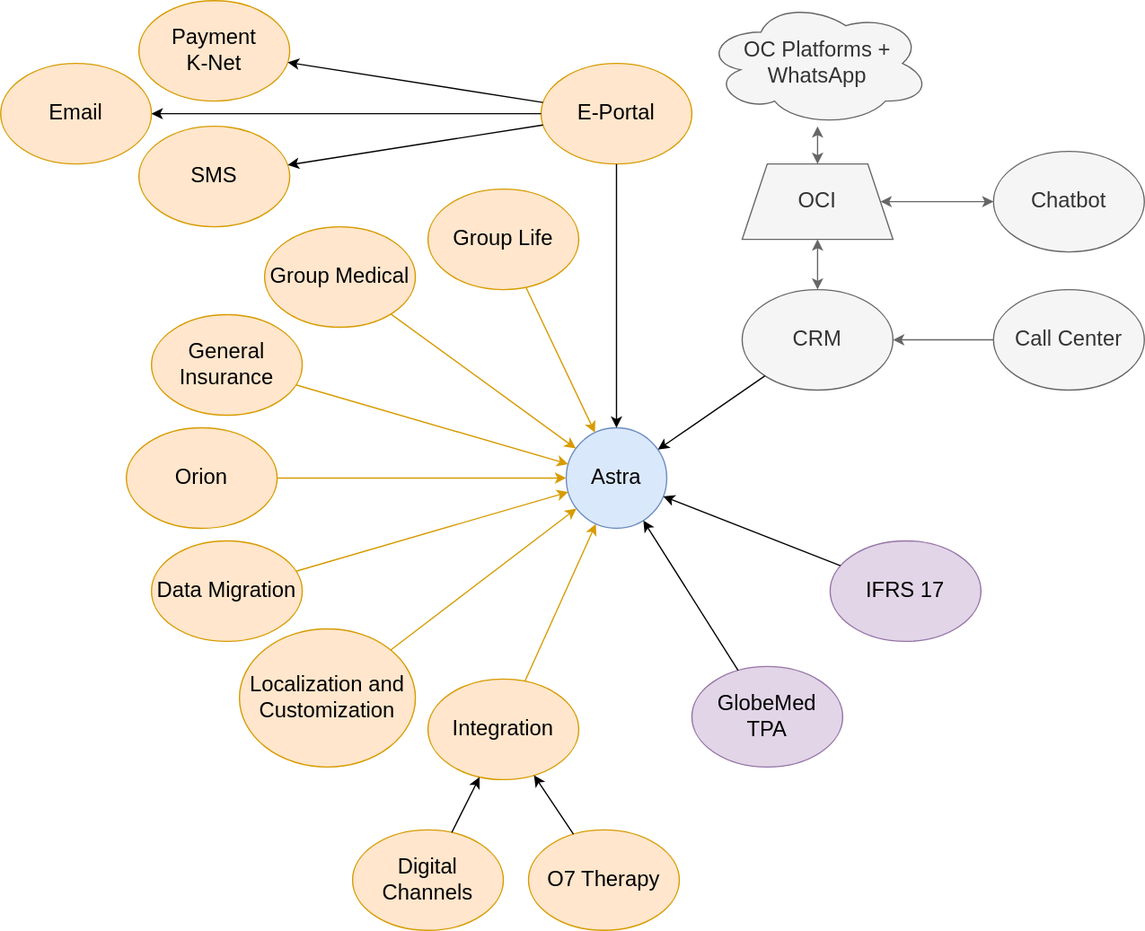
This is Astra Components(2).drawio.svg from computerchi/athome, a draw.io export, as it was before one commit. Source tidied: cells renumbered, new cells last; positions are measured from the earlier drawing's top-left corner, leaving out a move shared by most shapes.
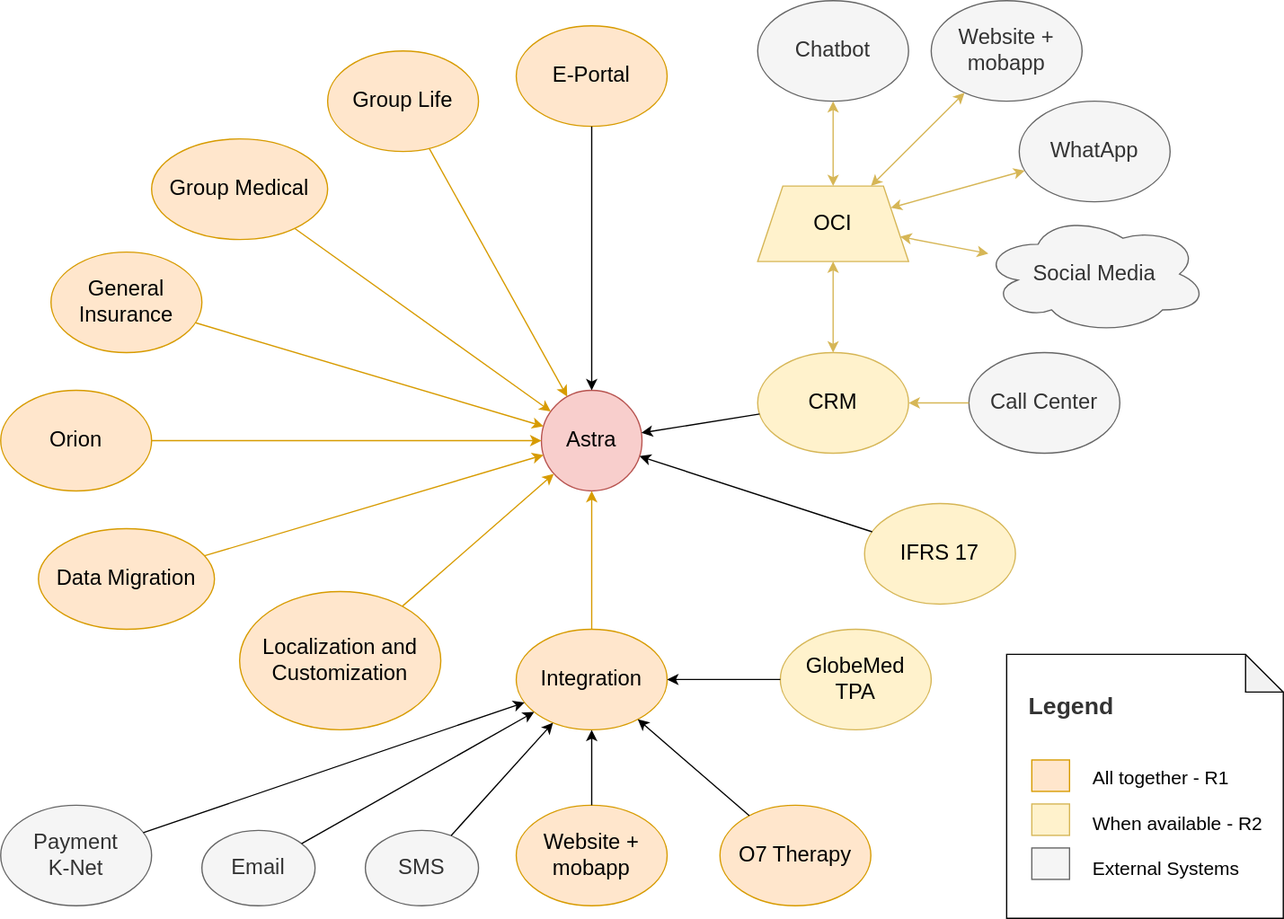
After the commit.

Commit message:
Astra Components (3).drawio.svg

The edit, as a diff of the source:
```diff
@@ -3,34 +3,34 @@
     <mxCell id="0" />
     <mxCell id="1" parent="0" />
     <mxCell id="2" value="General Insurance" style="ellipse;whiteSpace=wrap;html=1;fillColor=#ffe6cc;strokeColor=#d79b00;fontSize=17;" parent="1" vertex="1">
-      <mxGeometry x="120" y="250" width="120" height="80" as="geometry" />
+      <mxGeometry x="60" y="230" width="120" height="80" as="geometry" />
     </mxCell>
-    <mxCell id="3" value="Astra" style="ellipse;whiteSpace=wrap;html=1;fillColor=#dae8fc;strokeColor=#6c8ebf;fontSize=17;" parent="1" vertex="1">
+    <mxCell id="3" value="Astra" style="ellipse;whiteSpace=wrap;html=1;fillColor=#f8cecc;fontSize=17;strokeColor=#b85450;" parent="1" vertex="1">
       <mxGeometry x="450" y="340" width="80" height="80" as="geometry" />
     </mxCell>
     <mxCell id="4" value="Group Medical" style="ellipse;whiteSpace=wrap;html=1;fillColor=#ffe6cc;strokeColor=#d79b00;fontSize=17;" parent="1" vertex="1">
-      <mxGeometry x="210" y="180" width="120" height="80" as="geometry" />
+      <mxGeometry x="140" y="140" width="140" height="80" as="geometry" />
     </mxCell>
     <mxCell id="5" value="Group Life" style="ellipse;whiteSpace=wrap;html=1;fillColor=#ffe6cc;strokeColor=#d79b00;fontSize=17;" parent="1" vertex="1">
-      <mxGeometry x="340" y="150" width="120" height="80" as="geometry" />
+      <mxGeometry x="280" y="70" width="120" height="80" as="geometry" />
     </mxCell>
     <mxCell id="6" value="Integration" style="ellipse;whiteSpace=wrap;html=1;fillColor=#ffe6cc;strokeColor=#d79b00;fontSize=17;" parent="1" vertex="1">
-      <mxGeometry x="340" y="540" width="120" height="80" as="geometry" />
+      <mxGeometry x="430" y="530" width="120" height="80" as="geometry" />
     </mxCell>
     <mxCell id="7" value="Localization and Customization" style="ellipse;whiteSpace=wrap;html=1;fillColor=#ffe6cc;strokeColor=#d79b00;fontSize=17;" parent="1" vertex="1">
-      <mxGeometry x="190" y="500" width="140" height="110" as="geometry" />
+      <mxGeometry x="210" y="500" width="160" height="110" as="geometry" />
     </mxCell>
     <mxCell id="8" value="Data Migration" style="ellipse;whiteSpace=wrap;html=1;fillColor=#ffe6cc;strokeColor=#d79b00;fontSize=17;" parent="1" vertex="1">
-      <mxGeometry x="120" y="430" width="120" height="80" as="geometry" />
+      <mxGeometry x="50" y="450" width="140" height="80" as="geometry" />
     </mxCell>
     <mxCell id="9" value="Orion" style="ellipse;whiteSpace=wrap;html=1;fillColor=#ffe6cc;strokeColor=#d79b00;fontSize=17;" parent="1" vertex="1">
-      <mxGeometry x="100" y="340" width="120" height="80" as="geometry" />
+      <mxGeometry x="20" y="340" width="120" height="80" as="geometry" />
     </mxCell>
-    <mxCell id="10" value="IFRS 17" style="ellipse;whiteSpace=wrap;html=1;fillColor=#e1d5e7;strokeColor=#9673a6;fontSize=17;" parent="1" vertex="1">
-      <mxGeometry x="660" y="430" width="120" height="80" as="geometry" />
+    <mxCell id="10" value="IFRS 17" style="ellipse;whiteSpace=wrap;html=1;fillColor=#fff2cc;strokeColor=#d6b656;fontSize=17;" parent="1" vertex="1">
+      <mxGeometry x="707" y="430" width="120" height="80" as="geometry" />
     </mxCell>
-    <mxCell id="11" value="CRM" style="ellipse;whiteSpace=wrap;html=1;fillColor=#f5f5f5;fontColor=#333333;strokeColor=#666666;fontSize=17;" parent="1" vertex="1">
-      <mxGeometry x="590" y="230" width="120" height="80" as="geometry" />
+    <mxCell id="11" value="CRM" style="ellipse;whiteSpace=wrap;html=1;fillColor=#fff2cc;strokeColor=#d6b656;fontSize=17;" parent="1" vertex="1">
+      <mxGeometry x="622" y="310" width="120" height="80" as="geometry" />
     </mxCell>
     <mxCell id="12" value="E-Portal" style="ellipse;whiteSpace=wrap;html=1;fillColor=#ffe6cc;strokeColor=#d79b00;fontSize=17;" parent="1" vertex="1">
       <mxGeometry x="430" y="50" width="120" height="80" as="geometry" />
@@ -65,65 +65,89 @@
     <mxCell id="22" style="endArrow=classic;html=1;rounded=0;fillColor=#ffe6cc;strokeColor=#d79b00;fontSize=17;" parent="1" edge="1" source="8" target="3">
       <mxGeometry relative="1" as="geometry" />
     </mxCell>
-    <mxCell id="23" value="Call Center" style="ellipse;whiteSpace=wrap;html=1;fillColor=#f5f5f5;fontColor=#333333;strokeColor=#666666;fontSize=17;" parent="1" vertex="1">
-      <mxGeometry x="790" y="230" width="120" height="80" as="geometry" />
+    <mxCell id="23" value="Call Center" style="ellipse;whiteSpace=wrap;html=1;fillColor=#f5f5f5;strokeColor=#666666;fontSize=17;fontColor=#333333;" parent="1" vertex="1">
+      <mxGeometry x="790" y="310" width="120" height="80" as="geometry" />
     </mxCell>
-    <mxCell id="24" style="endArrow=classic;html=1;rounded=0;fillColor=#f5f5f5;strokeColor=#666666;fontSize=17;" parent="1" edge="1" source="23" target="11">
+    <mxCell id="24" style="endArrow=classic;html=1;rounded=0;fillColor=#fff2cc;strokeColor=#d6b656;fontSize=17;" parent="1" edge="1" source="23" target="11">
       <mxGeometry relative="1" as="geometry" />
     </mxCell>
-    <mxCell id="25" value="OCI" style="shape=trapezoid;perimeter=trapezoidPerimeter;whiteSpace=wrap;html=1;fixedSize=1;fillColor=#f5f5f5;fontColor=#333333;strokeColor=#666666;fontSize=17;" parent="1" vertex="1">
-      <mxGeometry x="590" y="130" width="120" height="60" as="geometry" />
+    <mxCell id="25" value="OCI" style="shape=trapezoid;perimeter=trapezoidPerimeter;whiteSpace=wrap;html=1;fixedSize=1;fillColor=#fff2cc;strokeColor=#d6b656;fontSize=17;" parent="1" vertex="1">
+      <mxGeometry x="622" y="177.5" width="120" height="60" as="geometry" />
     </mxCell>
-    <mxCell id="26" value="Chatbot" style="ellipse;whiteSpace=wrap;html=1;fillColor=#f5f5f5;fontColor=#333333;strokeColor=#666666;fontSize=17;" parent="1" vertex="1">
-      <mxGeometry x="790" y="120" width="120" height="80" as="geometry" />
+    <mxCell id="26" value="Chatbot" style="ellipse;whiteSpace=wrap;html=1;fillColor=#f5f5f5;strokeColor=#666666;fontSize=17;fontColor=#333333;" parent="1" vertex="1">
+      <mxGeometry x="622" y="30" width="120" height="80" as="geometry" />
     </mxCell>
-    <mxCell id="27" style="endArrow=classic;startArrow=classic;html=1;rounded=0;fillColor=#f5f5f5;strokeColor=#666666;fontSize=17;" parent="1" edge="1" source="25" target="26">
+    <mxCell id="27" style="endArrow=classic;startArrow=classic;html=1;rounded=0;fillColor=#fff2cc;strokeColor=#d6b656;fontSize=17;" parent="1" edge="1" source="25" target="26">
       <mxGeometry relative="1" as="geometry" />
     </mxCell>
-    <mxCell id="28" style="endArrow=classic;startArrow=classic;html=1;rounded=0;fillColor=#f5f5f5;strokeColor=#666666;fontSize=17;" parent="1" edge="1" source="11" target="25">
+    <mxCell id="28" style="endArrow=classic;startArrow=classic;html=1;rounded=0;fillColor=#fff2cc;strokeColor=#d6b656;fontSize=17;" parent="1" edge="1" source="11" target="25">
       <mxGeometry relative="1" as="geometry" />
     </mxCell>
-    <mxCell id="29" value="OC Platforms + WhatsApp" style="ellipse;shape=cloud;whiteSpace=wrap;html=1;fillColor=#f5f5f5;fontColor=#333333;strokeColor=#666666;fontSize=17;" parent="1" vertex="1">
-      <mxGeometry x="560" width="180" height="100" as="geometry" />
+    <mxCell id="29" value="Social Media" style="ellipse;shape=cloud;whiteSpace=wrap;html=1;fillColor=#f5f5f5;strokeColor=#666666;fontSize=17;fontColor=#333333;" parent="1" vertex="1">
+      <mxGeometry x="800" y="200" width="180" height="95" as="geometry" />
     </mxCell>
-    <mxCell id="30" style="endArrow=classic;startArrow=classic;html=1;rounded=0;fillColor=#f5f5f5;strokeColor=#666666;fontSize=17;" parent="1" edge="1" source="25" target="29">
+    <mxCell id="30" style="endArrow=classic;startArrow=classic;html=1;rounded=0;fillColor=#fff2cc;strokeColor=#d6b656;fontSize=17;" parent="1" edge="1" source="25" target="29">
       <mxGeometry relative="1" as="geometry" />
     </mxCell>
     <mxCell id="31" value="O7 Therapy" style="ellipse;whiteSpace=wrap;html=1;fillColor=#ffe6cc;strokeColor=#d79b00;fontSize=17;" parent="1" vertex="1">
-      <mxGeometry x="420" y="660" width="120" height="80" as="geometry" />
+      <mxGeometry x="592" y="670" width="120" height="80" as="geometry" />
     </mxCell>
     <mxCell id="32" style="endArrow=classic;html=1;rounded=0;fontSize=17;" parent="1" edge="1" source="31" target="6">
       <mxGeometry relative="1" as="geometry" />
     </mxCell>
-    <mxCell id="33" value="Digital Channels" style="ellipse;whiteSpace=wrap;html=1;fillColor=#ffe6cc;strokeColor=#d79b00;fontSize=17;" parent="1" vertex="1">
-      <mxGeometry x="280" y="660" width="120" height="80" as="geometry" />
+    <mxCell id="33" value="Website + mobapp" style="ellipse;whiteSpace=wrap;html=1;fillColor=#ffe6cc;strokeColor=#d79b00;fontSize=17;" parent="1" vertex="1">
+      <mxGeometry x="430" y="670" width="120" height="80" as="geometry" />
     </mxCell>
     <mxCell id="34" style="endArrow=classic;html=1;rounded=0;fontSize=17;" parent="1" edge="1" source="33" target="6">
       <mxGeometry relative="1" as="geometry" />
     </mxCell>
-    <mxCell id="35" value="&lt;div&gt;GlobeMed &lt;br&gt;&lt;/div&gt;&lt;div&gt;TPA&lt;/div&gt;" style="ellipse;whiteSpace=wrap;html=1;fillColor=#e1d5e7;strokeColor=#9673a6;fontSize=17;" parent="1" vertex="1">
-      <mxGeometry x="550" y="530" width="120" height="80" as="geometry" />
+    <mxCell id="35" value="&lt;div&gt;GlobeMed &lt;br&gt;&lt;/div&gt;&lt;div&gt;TPA&lt;/div&gt;" style="ellipse;whiteSpace=wrap;html=1;fillColor=#fff2cc;strokeColor=#d6b656;fontSize=17;" parent="1" vertex="1">
+      <mxGeometry x="640" y="530" width="120" height="80" as="geometry" />
     </mxCell>
-    <mxCell id="36" style="endArrow=classic;html=1;rounded=0;fontSize=17;" parent="1" edge="1" source="35" target="3">
+    <mxCell id="36" style="endArrow=classic;html=1;rounded=0;fontSize=17;" parent="1" edge="1" source="35" target="6">
       <mxGeometry relative="1" as="geometry" />
     </mxCell>
-    <mxCell id="37" value="&lt;div style=&quot;font-size: 17px;&quot;&gt;Payment &lt;br style=&quot;font-size: 17px;&quot;&gt;&lt;/div&gt;&lt;div style=&quot;font-size: 17px;&quot;&gt;K-Net&lt;/div&gt;" style="ellipse;whiteSpace=wrap;html=1;fillColor=#ffe6cc;strokeColor=#d79b00;fontSize=17;" parent="1" vertex="1">
-      <mxGeometry x="110" width="120" height="80" as="geometry" />
+    <mxCell id="37" value="&lt;div style=&quot;font-size: 17px;&quot;&gt;Payment &lt;br style=&quot;font-size: 17px;&quot;&gt;&lt;/div&gt;&lt;div style=&quot;font-size: 17px;&quot;&gt;K-Net&lt;/div&gt;" style="ellipse;whiteSpace=wrap;html=1;fillColor=#f5f5f5;strokeColor=#666666;fontSize=17;fontColor=#333333;" parent="1" vertex="1">
+      <mxGeometry x="20" y="670" width="120" height="80" as="geometry" />
     </mxCell>
-    <mxCell id="38" value="Email" style="ellipse;whiteSpace=wrap;html=1;fillColor=#ffe6cc;strokeColor=#d79b00;fontSize=17;" parent="1" vertex="1">
-      <mxGeometry y="50" width="120" height="80" as="geometry" />
+    <mxCell id="38" value="Email" style="ellipse;whiteSpace=wrap;html=1;fillColor=#f5f5f5;strokeColor=#666666;fontSize=17;fontColor=#333333;" parent="1" vertex="1">
+      <mxGeometry x="180" y="690" width="90" height="60" as="geometry" />
     </mxCell>
-    <mxCell id="39" value="SMS" style="ellipse;whiteSpace=wrap;html=1;fillColor=#ffe6cc;strokeColor=#d79b00;fontSize=17;" parent="1" vertex="1">
-      <mxGeometry x="110" y="100" width="120" height="80" as="geometry" />
+    <mxCell id="39" value="SMS" style="ellipse;whiteSpace=wrap;html=1;fillColor=#f5f5f5;strokeColor=#666666;fontSize=17;fontColor=#333333;" parent="1" vertex="1">
+      <mxGeometry x="310" y="690" width="90" height="60" as="geometry" />
     </mxCell>
-    <mxCell id="40" style="endArrow=classic;html=1;rounded=0;fontSize=17;" parent="1" edge="1" source="12" target="38">
+    <mxCell id="40" style="endArrow=none;html=1;rounded=0;fontSize=17;startArrow=classic;startFill=1;endFill=0;" parent="1" edge="1" source="6" target="38">
       <mxGeometry relative="1" as="geometry" />
     </mxCell>
-    <mxCell id="41" style="endArrow=classic;html=1;rounded=0;fontSize=17;" parent="1" edge="1" source="12" target="39">
+    <mxCell id="41" style="endArrow=none;html=1;rounded=0;fontSize=17;startArrow=classic;startFill=1;endFill=0;" parent="1" edge="1" source="6" target="39">
       <mxGeometry relative="1" as="geometry" />
     </mxCell>
-    <mxCell id="42" style="endArrow=classic;html=1;rounded=0;fontSize=17;" parent="1" edge="1" source="12" target="37">
+    <mxCell id="42" style="endArrow=classic;html=1;rounded=0;fontSize=17;" parent="1" edge="1" source="37" target="6">
       <mxGeometry relative="1" as="geometry" />
     </mxCell>
+    <mxCell id="43" value="WhatApp" style="ellipse;whiteSpace=wrap;html=1;fillColor=#f5f5f5;strokeColor=#666666;fontSize=17;fontColor=#333333;" parent="1" vertex="1">
+      <mxGeometry x="830" y="110" width="120" height="80" as="geometry" />
+    </mxCell>
+    <mxCell id="44" value="Website + mobapp" style="ellipse;whiteSpace=wrap;html=1;fillColor=#f5f5f5;strokeColor=#666666;fontSize=17;fontColor=#333333;" parent="1" vertex="1">
+      <mxGeometry x="760" y="30" width="120" height="80" as="geometry" />
+    </mxCell>
+    <mxCell id="45" style="endArrow=classic;startArrow=classic;html=1;rounded=0;fillColor=#fff2cc;strokeColor=#d6b656;fontSize=17;" parent="1" edge="1" source="25" target="43">
+      <mxGeometry relative="1" as="geometry" />
+    </mxCell>
+    <mxCell id="46" style="endArrow=classic;startArrow=classic;html=1;rounded=0;fillColor=#fff2cc;strokeColor=#d6b656;fontSize=17;" parent="1" edge="1" source="25" target="44">
+      <mxGeometry relative="1" as="geometry" />
+    </mxCell>
+    <mxCell id="47" value="&lt;div style=&quot;font-size: 15px;&quot;&gt;&lt;font size=&quot;1&quot; color=&quot;#333333&quot;&gt;&lt;b style=&quot;font-size: 19px;&quot;&gt;&amp;nbsp;&amp;nbsp; Legend&lt;/b&gt;&lt;/font&gt;&lt;/div&gt;&lt;div style=&quot;font-size: 15px;&quot;&gt;&lt;font style=&quot;font-size: 15px;&quot;&gt;&lt;br&gt;&lt;/font&gt;&lt;/div&gt;&lt;div style=&quot;font-size: 15px;&quot;&gt;&lt;font style=&quot;font-size: 15px;&quot;&gt;&lt;br&gt;&lt;/font&gt;&lt;/div&gt;&lt;div style=&quot;font-size: 15px;&quot; align=&quot;left&quot;&gt;&lt;font style=&quot;font-size: 15px;&quot;&gt;&lt;span style=&quot;&quot;&gt;&#9;&lt;/span&gt;&lt;span style=&quot;&quot;&gt;&#9;&lt;/span&gt;&lt;span style=&quot;&quot;&gt;&#9;&lt;/span&gt;&lt;span style=&quot;&quot;&gt;&#9;&lt;/span&gt;&lt;span style=&quot;white-space: pre;&quot;&gt;&#9;&lt;/span&gt;&lt;span style=&quot;white-space: pre;&quot;&gt;&#9;&lt;/span&gt;All together - R1&lt;br&gt;&lt;/font&gt;&lt;/div&gt;&lt;div style=&quot;font-size: 15px;&quot; align=&quot;left&quot;&gt;&lt;font style=&quot;font-size: 15px;&quot;&gt;&lt;br&gt;&lt;/font&gt;&lt;/div&gt;&lt;div style=&quot;font-size: 15px;&quot; align=&quot;left&quot;&gt;&lt;font style=&quot;font-size: 15px;&quot;&gt;&lt;span style=&quot;&quot;&gt;&#9;&lt;/span&gt;&lt;span style=&quot;&quot;&gt;&#9;&lt;/span&gt;&lt;span style=&quot;&quot;&gt;&lt;/span&gt;&lt;span style=&quot;white-space: pre;&quot;&gt;&#9;&lt;/span&gt;&lt;span style=&quot;white-space: pre;&quot;&gt;&#9;&lt;/span&gt;When available - R2&lt;/font&gt;&lt;/div&gt;&lt;div style=&quot;font-size: 15px;&quot; align=&quot;left&quot;&gt;&lt;font style=&quot;font-size: 15px;&quot;&gt;&lt;span style=&quot;&quot;&gt;&#9;&lt;/span&gt;&lt;span style=&quot;&quot;&gt;&#9;&lt;/span&gt;&lt;br&gt;&lt;/font&gt;&lt;/div&gt;&lt;div style=&quot;font-size: 15px;&quot; align=&quot;left&quot;&gt;&lt;font style=&quot;font-size: 15px;&quot;&gt;&lt;span style=&quot;&quot;&gt;&#9;&lt;/span&gt;&lt;span style=&quot;&quot;&gt;&#9;&lt;/span&gt;&lt;span style=&quot;white-space: pre;&quot;&gt;&#9;&lt;/span&gt;&lt;span style=&quot;white-space: pre;&quot;&gt;&#9;&lt;/span&gt;External Systems&lt;/font&gt;&lt;/div&gt;" style="shape=note;whiteSpace=wrap;html=1;backgroundOutline=1;darkOpacity=0.05;fontSize=14;align=left;" parent="1" vertex="1">
+      <mxGeometry x="820" y="550" width="220" height="210" as="geometry" />
+    </mxCell>
+    <mxCell id="48" style="rounded=0;whiteSpace=wrap;html=1;fillColor=#ffe6cc;strokeColor=#d79b00;" parent="1" vertex="1">
+      <mxGeometry x="840" y="634" width="30" height="25" as="geometry" />
+    </mxCell>
+    <mxCell id="49" style="rounded=0;whiteSpace=wrap;html=1;fillColor=#fff2cc;strokeColor=#d6b656;" parent="1" vertex="1">
+      <mxGeometry x="840" y="669" width="30" height="25" as="geometry" />
+    </mxCell>
+    <mxCell id="50" style="rounded=0;whiteSpace=wrap;html=1;fillColor=#f5f5f5;strokeColor=#666666;fontColor=#333333;" parent="1" vertex="1">
+      <mxGeometry x="840" y="704" width="30" height="25" as="geometry" />
+    </mxCell>
   </root>
 </mxGraphModel>
```
